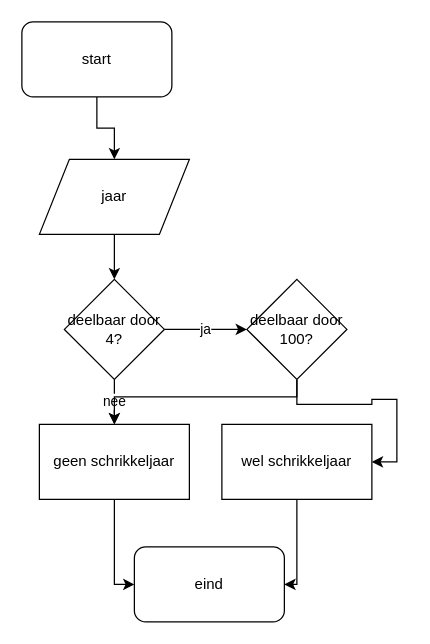
AmberPyckevet/test keeps this draw.io diagram as schrikkeljaar.drawio. Above is the earlier version. Source tidied: cells renumbered, new cells numbered last; positions are measured from the earlier drawing's top-left corner, leaving out a move shared by most shapes. Both pictures are drawn from the tidied source at 125%, with x=0, y=0 at pixel (21, 21).
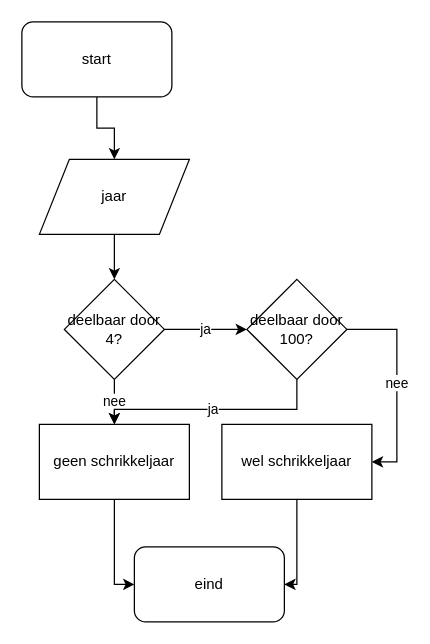
After the change.

The change refers to these unchanged cells:
```xml
<mxCell id="11" value="deelbaar door 100?" style="rhombus;whiteSpace=wrap;html=1;" parent="1" vertex="1">
  <mxGeometry x="180" y="206" width="80" height="80" as="geometry" />
</mxCell>
<mxCell id="13" value="geen schrikkeljaar" style="rounded=0;whiteSpace=wrap;html=1;" parent="1" vertex="1">
  <mxGeometry x="14" y="322" width="120" height="60" as="geometry" />
</mxCell>
<mxCell id="15" value="wel schrikkeljaar" style="rounded=0;whiteSpace=wrap;html=1;" parent="1" vertex="1">
  <mxGeometry x="160" y="322" width="120" height="60" as="geometry" />
</mxCell>
```

Diff of the diagram source:
```diff
@@
-    <mxCell id="9" style="edgeStyle=orthogonalEdgeStyle;rounded=0;jettySize=auto;html=1;entryX=0.5;entryY=0;entryDx=0;entryDy=0;" parent="1" edge="1" source="11" target="13">
+    <mxCell id="9" value="ja" style="edgeStyle=orthogonalEdgeStyle;rounded=0;jettySize=auto;html=1;entryX=0.5;entryY=0;entryDx=0;entryDy=0;" parent="1" edge="1" source="11" target="13">
       <mxGeometry relative="1" as="geometry">
         <Array as="points">
-          <mxPoint x="220" y="300" />
-          <mxPoint x="74" y="300" />
+          <mxPoint x="220" y="310" />
+          <mxPoint x="74" y="310" />
         </Array>
       </mxGeometry>
     </mxCell>
-    <mxCell id="10" style="edgeStyle=orthogonalEdgeStyle;rounded=0;jettySize=auto;html=1;entryX=1;entryY=0.5;entryDx=0;entryDy=0;" parent="1" edge="1" source="11" target="15">
+    <mxCell id="10" value="nee" style="edgeStyle=orthogonalEdgeStyle;rounded=0;jettySize=auto;html=1;entryX=1;entryY=0.5;entryDx=0;entryDy=0;exitX=1;exitY=0.5;exitDx=0;exitDy=0;" parent="1" edge="1" source="11" target="15">
       <mxGeometry relative="1" as="geometry" />
     </mxCell>
```
